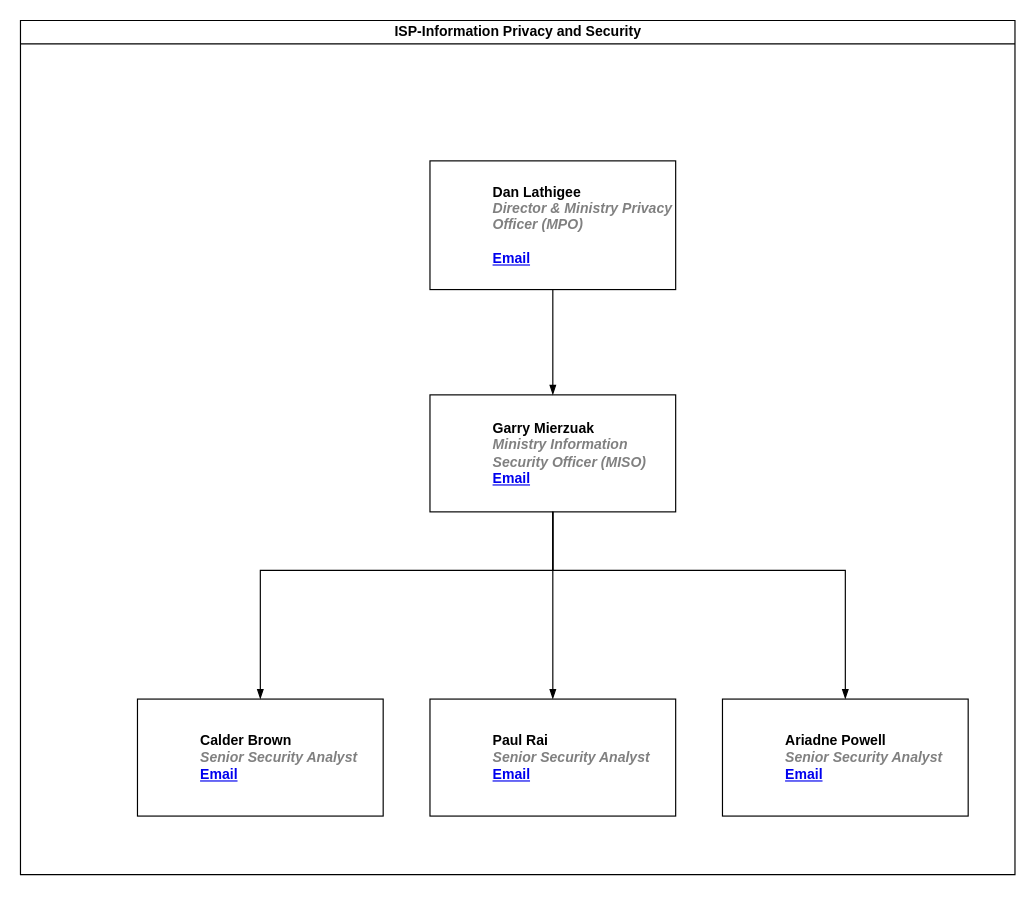
Earlier version of the draw.io diagram page "ISP-Information Privacy and Security org chart" (2 of 4) of Untitled Diagram.drawio (ThindK/myrepo). Source tidied: cells renumbered, new cells numbered last; positions are measured from the earlier drawing's top-left corner, leaving out a move shared by most shapes. Both pictures are drawn from the tidied source at 117%, with x=0, y=0 at pixel (20, 20).
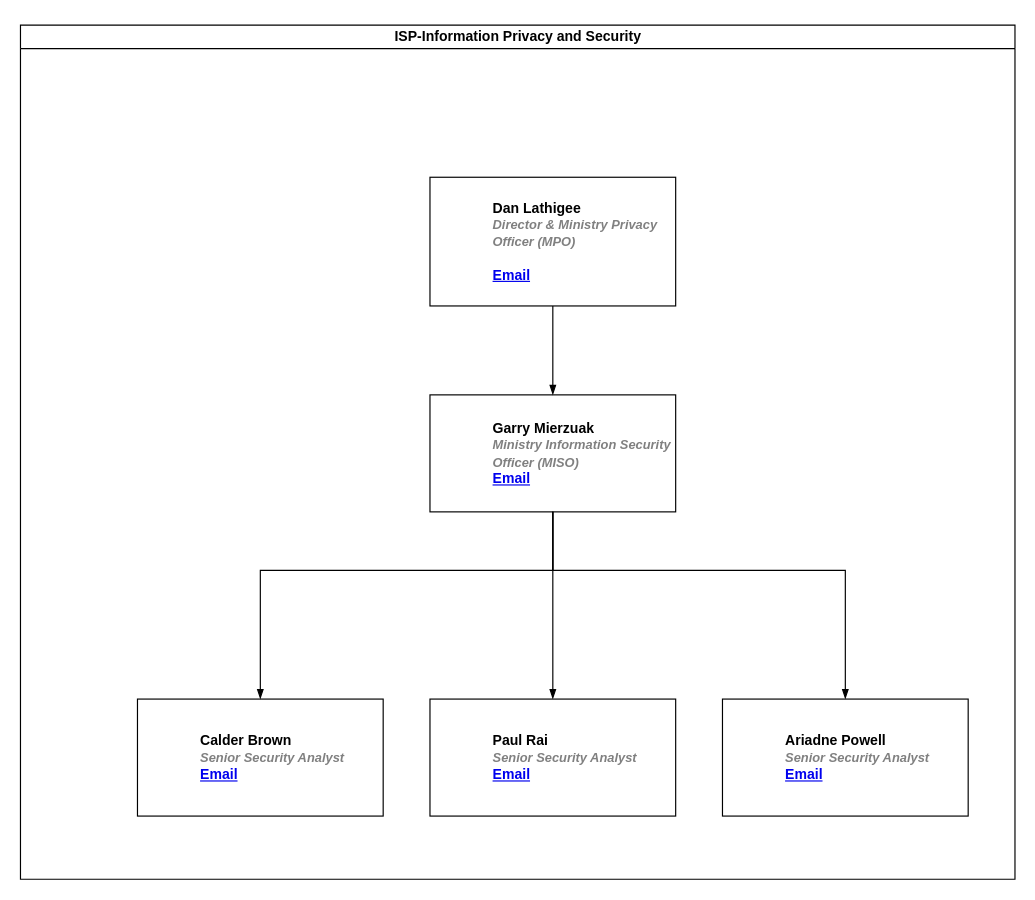
Above is the later version.

What changed in the source:
```diff
@@
 <mxGraphModel>
   <root>
     <mxCell id="0" />
     <mxCell id="1" parent="0" />
-    <mxCell id="2" value="Garry Mierzuak&lt;br&gt;&lt;i style=&quot;color: gray&quot;&gt;Ministry Information Security Officer (MISO)&lt;/i&gt;&lt;br&gt;&lt;a href=&quot;mailto:Garry.Mierzuak@gov.bc.ca&quot;&gt;Email&lt;/a&gt;" style="label;whiteSpace=wrap;html=1;rounded=0;glass=0;" parent="1" vertex="1">
+    <mxCell id="2" value="Garry Mierzuak&lt;br&gt;&lt;i style=&quot;color: gray&quot;&gt;&lt;font style=&quot;font-size: 11px&quot;&gt;Ministry Information Security Officer (MISO)&lt;/font&gt;&lt;/i&gt;&lt;br&gt;&lt;a href=&quot;mailto:Garry.Mierzuak@gov.bc.ca&quot;&gt;Email&lt;/a&gt;" style="label;whiteSpace=wrap;html=1;rounded=0;glass=0;" parent="1" vertex="1">
       <mxGeometry x="350" y="320" width="210" height="100" as="geometry" />
     </mxCell>
     <mxCell id="3" style="endArrow=blockThin;endFill=1;fontSize=11;edgeStyle=elbowEdgeStyle;elbow=vertical;rounded=0;exitX=0.5;exitY=1;exitDx=0;exitDy=0;" parent="1" edge="1" source="2" target="4">
       <mxGeometry relative="1" as="geometry" />
     </mxCell>
-    <mxCell id="4" value="Paul Rai&lt;br&gt;&lt;i style=&quot;color: gray&quot;&gt;Senior Security Analyst&lt;/i&gt;&lt;br&gt;&lt;a href=&quot;mailto:Paul.Rai@gov.bc.ca&quot;&gt;Email&lt;/a&gt;" style="label;whiteSpace=wrap;html=1;rounded=0;glass=0;" parent="1" vertex="1">
+    <mxCell id="4" value="Paul Rai&lt;br&gt;&lt;i style=&quot;color: gray ; font-size: 11px&quot;&gt;Senior Security Analyst&lt;/i&gt;&lt;br&gt;&lt;a href=&quot;mailto:Paul.Rai@gov.bc.ca&quot;&gt;Email&lt;/a&gt;" style="label;whiteSpace=wrap;html=1;rounded=0;glass=0;" parent="1" vertex="1">
       <mxGeometry x="350" y="580" width="210" height="100" as="geometry" />
     </mxCell>
     <mxCell id="5" style="endArrow=blockThin;endFill=1;fontSize=11;edgeStyle=elbowEdgeStyle;elbow=vertical;rounded=0;exitX=0.5;exitY=1;exitDx=0;exitDy=0;" parent="1" edge="1" source="2" target="6">
       <mxGeometry relative="1" as="geometry">
         <Array as="points">
           <mxPoint x="500" y="470" />
           <mxPoint x="450" y="750" />
         </Array>
       </mxGeometry>
     </mxCell>
-    <mxCell id="6" value="Ariadne Powell&lt;br&gt;&lt;i style=&quot;color: gray&quot;&gt;Senior Security Analyst&lt;/i&gt;&lt;br&gt;&lt;a href=&quot;mailto:Ariadne.Powell@gov.bc.ca&quot;&gt;Email&lt;/a&gt;" style="label;whiteSpace=wrap;html=1;rounded=0;glass=0;" parent="1" vertex="1">
+    <mxCell id="6" value="Ariadne Powell&lt;br&gt;&lt;i style=&quot;color: gray ; font-size: 11px&quot;&gt;Senior Security Analyst&lt;/i&gt;&lt;br&gt;&lt;a href=&quot;mailto:Ariadne.Powell@gov.bc.ca&quot;&gt;Email&lt;/a&gt;" style="label;whiteSpace=wrap;html=1;rounded=0;glass=0;" parent="1" vertex="1">
       <mxGeometry x="600" y="580" width="210" height="100" as="geometry" />
     </mxCell>
-    <mxCell id="7" value="Calder Brown&lt;br&gt;&lt;i style=&quot;color: gray&quot;&gt;Senior Security Analyst&lt;/i&gt;&lt;br&gt;&lt;a href=&quot;mailto:Calder.Brown@gov.bc.ca&quot;&gt;Email&lt;/a&gt;" style="label;whiteSpace=wrap;html=1;rounded=0;glass=0;" parent="1" vertex="1">
+    <mxCell id="7" value="Calder Brown&lt;br&gt;&lt;i style=&quot;color: gray ; font-size: 11px&quot;&gt;Senior Security Analyst&lt;/i&gt;&lt;br&gt;&lt;a href=&quot;mailto:Calder.Brown@gov.bc.ca&quot;&gt;Email&lt;/a&gt;" style="label;whiteSpace=wrap;html=1;rounded=0;glass=0;" parent="1" vertex="1">
       <mxGeometry x="100" y="580" width="210" height="100" as="geometry" />
     </mxCell>
     <mxCell id="8" style="endArrow=blockThin;endFill=1;fontSize=11;edgeStyle=elbowEdgeStyle;elbow=vertical;rounded=0;exitX=0.5;exitY=1;exitDx=0;exitDy=0;entryX=0.5;entryY=0;entryDx=0;entryDy=0;" parent="1" edge="1" source="2" target="7">
       <mxGeometry relative="1" as="geometry">
         <Array as="points">
           <mxPoint x="380" y="470" />
           <mxPoint x="310" y="750" />
         </Array>
       </mxGeometry>
     </mxCell>
-    <mxCell id="9" value="Dan Lathigee&lt;br&gt;&lt;i style=&quot;color: gray&quot;&gt;Director &amp;amp; Ministry Privacy Officer (MPO)&#10;&lt;/i&gt;&lt;br&gt;&lt;a href=&quot;mailto:Dan.Lathigee@gov.bc.ca&quot;&gt;Email&lt;/a&gt;" style="label;whiteSpace=wrap;html=1;rounded=0;glass=0;" parent="1" vertex="1">
-      <mxGeometry x="350" y="120" width="210" height="110" as="geometry" />
-    </mxCell>
     <mxCell id="10" style="endArrow=blockThin;endFill=1;fontSize=11;edgeStyle=elbowEdgeStyle;elbow=vertical;rounded=0;exitX=0.5;exitY=1;exitDx=0;exitDy=0;" parent="1" edge="1" source="9">
       <mxGeometry relative="1" as="geometry">
         <mxPoint x="455" y="320" as="targetPoint" />
       </mxGeometry>
     </mxCell>
     <mxCell id="11" value="ISP-Information Privacy and Security" style="swimlane;html=1;startSize=20;horizontal=1;containerType=tree;glass=0;" parent="1" vertex="1">
-      <mxGeometry width="850" height="730" as="geometry" />
+      <mxGeometry y="4" width="850" height="730" as="geometry" />
     </mxCell>
+    <mxCell id="9" value="Dan Lathigee&lt;br&gt;&lt;i style=&quot;color: gray&quot;&gt;&lt;font style=&quot;font-size: 11px&quot;&gt;Director &amp;amp; Ministry Privacy Officer (MPO)&lt;/font&gt;&lt;br&gt;&lt;/i&gt;&lt;br&gt;&lt;a href=&quot;mailto:Dan.Lathigee@gov.bc.ca&quot;&gt;Email&lt;/a&gt;" style="label;whiteSpace=wrap;html=1;rounded=0;glass=0;" parent="11" vertex="1">
+      <mxGeometry x="350" y="130" width="210" height="110" as="geometry" />
+    </mxCell>
   </root>
 </mxGraphModel>
```
